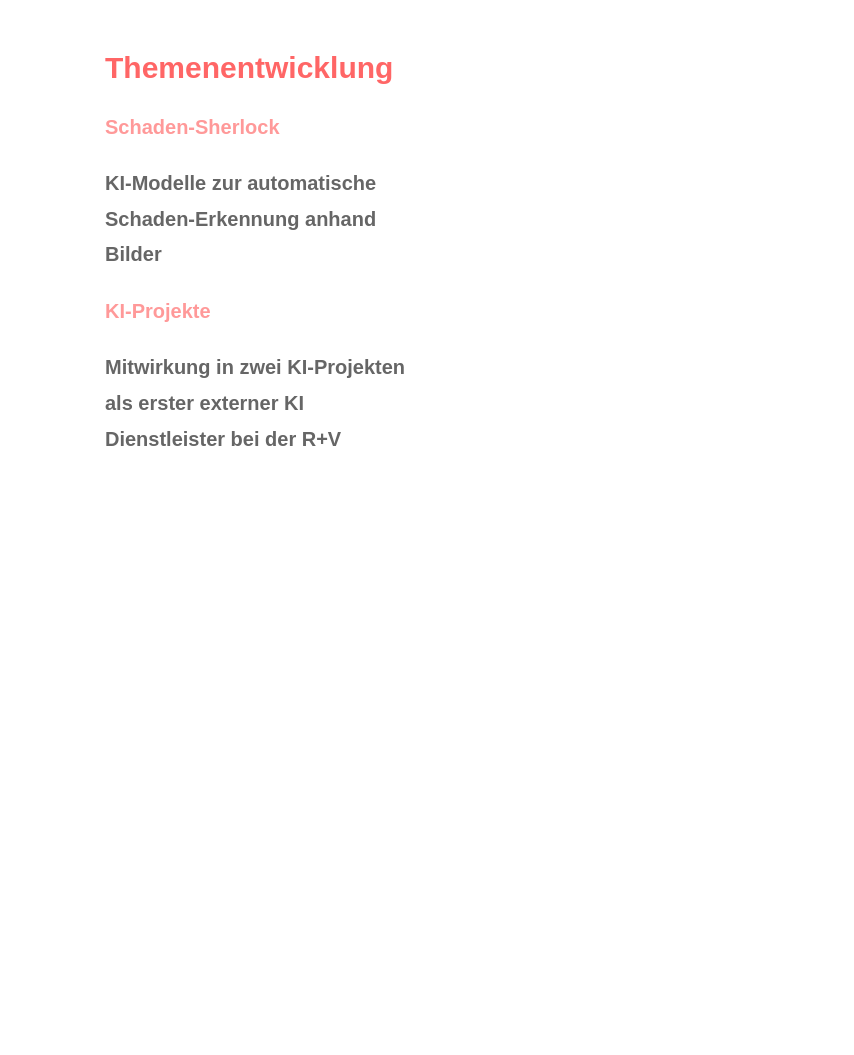
This is promotion-board.drawio from iamulya/drawio-diagrams, a draw.io file, before an edit. Source tidied: cells renumbered, new cells numbered last; positions are measured from the earlier drawing's top-left corner, leaving out a move shared by most shapes. Both pictures are drawn from the tidied source at 125%, with x=0, y=0 at pixel (99, 42).
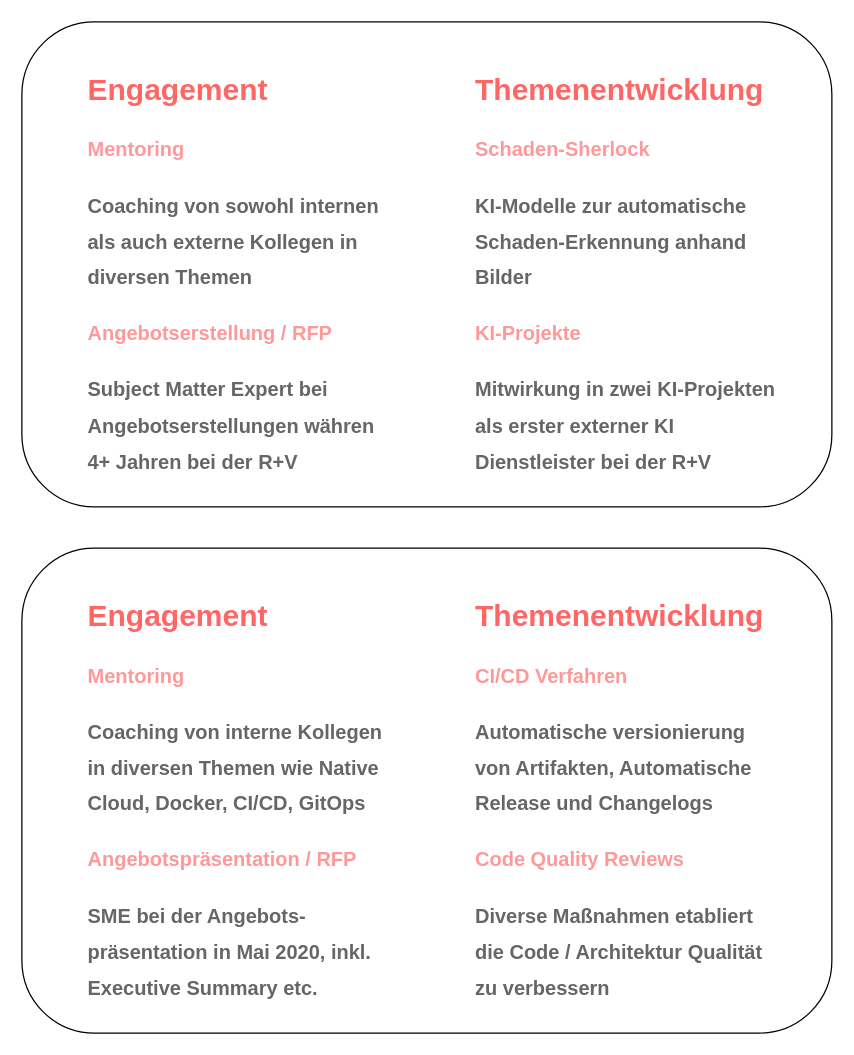
Above is the later version.

Diff of the diagram source:
```diff
@@
 <mxGraphModel>
   <root>
     <mxCell id="0" />
     <mxCell id="1" parent="0" />
+    <mxCell id="3" style="group;" parent="1" vertex="1">
+      <mxGeometry x="-62" y="-17" width="648" height="388" as="geometry" />
+    </mxCell>
+    <mxCell id="4" style="rounded=1;whiteSpace=wrap;html=1;" parent="3" vertex="1">
+      <mxGeometry width="648" height="388" as="geometry" />
+    </mxCell>
+    <mxCell id="5" style="group;" parent="3" vertex="1">
+      <mxGeometry x="48" y="35" width="560" height="340" as="geometry" />
+    </mxCell>
-    <mxCell id="2" value="&lt;h1&gt;&lt;font color=&quot;#ff6666&quot;&gt;Themenentwicklung&lt;/font&gt;&lt;/h1&gt;&lt;h1&gt;&lt;font style=&quot;font-size: 16px&quot;&gt;&lt;font color=&quot;#ff9999&quot;&gt;Schaden-Sherlock&lt;/font&gt;&lt;br&gt;&lt;/font&gt;&lt;/h1&gt;&lt;h1&gt;&lt;font style=&quot;font-size: 16px&quot; color=&quot;#666666&quot;&gt;KI-Modelle zur automatische Schaden-Erkennung anhand Bilder&lt;/font&gt;&lt;/h1&gt;&lt;h1&gt;&lt;font color=&quot;#ff9999&quot;&gt;&lt;span style=&quot;font-size: 16px&quot;&gt;KI-Projekte&lt;/span&gt;&lt;/font&gt;&lt;/h1&gt;&lt;div&gt;&lt;h1&gt;&lt;span style=&quot;font-size: 16px&quot;&gt;&lt;font color=&quot;#666666&quot;&gt;Mitwirkung in zwei KI-Projekten als erster externer KI Dienstleister bei der R+V&lt;/font&gt;&lt;/span&gt;&lt;/h1&gt;&lt;/div&gt;" style="text;html=1;strokeColor=none;fillColor=none;spacing=5;spacingTop=-20;whiteSpace=wrap;overflow=hidden;rounded=0;" parent="1" vertex="1">
-      <mxGeometry width="250" height="340" as="geometry" />
+    <mxCell id="2" value="&lt;h1&gt;&lt;font color=&quot;#ff6666&quot;&gt;Themenentwicklung&lt;/font&gt;&lt;/h1&gt;&lt;h1&gt;&lt;font style=&quot;font-size: 16px&quot;&gt;&lt;font color=&quot;#ff9999&quot;&gt;Schaden-Sherlock&lt;/font&gt;&lt;br&gt;&lt;/font&gt;&lt;/h1&gt;&lt;h1&gt;&lt;font style=&quot;font-size: 16px&quot; color=&quot;#666666&quot;&gt;KI-Modelle zur automatische Schaden-Erkennung anhand Bilder&lt;/font&gt;&lt;/h1&gt;&lt;h1&gt;&lt;font color=&quot;#ff9999&quot;&gt;&lt;span style=&quot;font-size: 16px&quot;&gt;KI-Projekte&lt;/span&gt;&lt;/font&gt;&lt;/h1&gt;&lt;div&gt;&lt;h1&gt;&lt;span style=&quot;font-size: 16px&quot;&gt;&lt;font color=&quot;#666666&quot;&gt;Mitwirkung in zwei KI-Projekten als erster externer KI Dienstleister bei der R+V&lt;/font&gt;&lt;/span&gt;&lt;/h1&gt;&lt;/div&gt;" style="text;html=1;strokeColor=none;fillColor=none;spacing=5;spacingTop=-20;whiteSpace=wrap;overflow=hidden;rounded=0;" parent="5" vertex="1">
+      <mxGeometry x="310" width="250" height="340" as="geometry" />
     </mxCell>
+    <mxCell id="6" value="&lt;h1&gt;&lt;span&gt;&lt;font color=&quot;#ff6666&quot;&gt;Engagement&lt;/font&gt;&lt;/span&gt;&lt;/h1&gt;&lt;h1&gt;&lt;font color=&quot;#ff9999&quot;&gt;&lt;span style=&quot;font-size: 16px&quot;&gt;Mentoring&lt;/span&gt;&lt;/font&gt;&lt;/h1&gt;&lt;h1&gt;&lt;font color=&quot;#666666&quot;&gt;&lt;span style=&quot;font-size: 16px&quot;&gt;Coaching von sowohl internen als auch externe Kollegen in diversen Themen&amp;nbsp;&lt;/span&gt;&lt;/font&gt;&lt;/h1&gt;&lt;h1&gt;&lt;font color=&quot;#ff9999&quot;&gt;&lt;span style=&quot;font-size: 16px&quot;&gt;Angebotserstellung / RFP&lt;/span&gt;&lt;/font&gt;&lt;/h1&gt;&lt;div&gt;&lt;h1&gt;&lt;span style=&quot;font-size: 16px&quot;&gt;&lt;font color=&quot;#666666&quot;&gt;Subject Matter Expert bei Angebotserstellungen währen 4+ Jahren bei der R+V&lt;/font&gt;&lt;/span&gt;&lt;/h1&gt;&lt;/div&gt;" style="text;html=1;strokeColor=none;fillColor=none;spacing=5;spacingTop=-20;whiteSpace=wrap;overflow=hidden;rounded=0;" parent="5" vertex="1">
+      <mxGeometry width="250" height="340" as="geometry" />
+    </mxCell>
+    <mxCell id="7" style="group;" parent="1" vertex="1">
+      <mxGeometry x="-62" y="404" width="648" height="388" as="geometry" />
+    </mxCell>
+    <mxCell id="8" style="rounded=1;whiteSpace=wrap;html=1;" parent="7" vertex="1">
+      <mxGeometry width="648" height="388" as="geometry" />
+    </mxCell>
+    <mxCell id="9" style="group;" parent="7" vertex="1">
+      <mxGeometry x="48" y="35" width="560" height="340" as="geometry" />
+    </mxCell>
+    <mxCell id="10" value="&lt;h1&gt;&lt;font color=&quot;#ff6666&quot;&gt;Themenentwicklung&lt;/font&gt;&lt;/h1&gt;&lt;h1&gt;&lt;font style=&quot;font-size: 16px&quot; color=&quot;#ff9999&quot;&gt;CI/CD Verfahren&lt;/font&gt;&lt;/h1&gt;&lt;h1&gt;&lt;font color=&quot;#666666&quot;&gt;&lt;span style=&quot;font-size: 16px&quot;&gt;Automatische versionierung von Artifakten, Automatische Release und Changelogs&lt;/span&gt;&lt;/font&gt;&lt;/h1&gt;&lt;h1&gt;&lt;font color=&quot;#ff9999&quot;&gt;&lt;span style=&quot;font-size: 16px&quot;&gt;Code Quality Reviews&lt;/span&gt;&lt;/font&gt;&lt;/h1&gt;&lt;div&gt;&lt;h1&gt;&lt;font color=&quot;#666666&quot;&gt;&lt;span style=&quot;font-size: 16px&quot;&gt;Diverse Maßnahmen etabliert die Code / Architektur Qualität zu verbessern&lt;/span&gt;&lt;/font&gt;&lt;/h1&gt;&lt;/div&gt;" style="text;html=1;strokeColor=none;fillColor=none;spacing=5;spacingTop=-20;whiteSpace=wrap;overflow=hidden;rounded=0;" parent="9" vertex="1">
+      <mxGeometry x="310" width="250" height="340" as="geometry" />
+    </mxCell>
+    <mxCell id="11" value="&lt;h1&gt;&lt;span&gt;&lt;font color=&quot;#ff6666&quot;&gt;Engagement&lt;/font&gt;&lt;/span&gt;&lt;/h1&gt;&lt;h1&gt;&lt;font color=&quot;#ff9999&quot;&gt;&lt;span style=&quot;font-size: 16px&quot;&gt;Mentoring&lt;/span&gt;&lt;/font&gt;&lt;/h1&gt;&lt;h1&gt;&lt;font color=&quot;#666666&quot;&gt;&lt;span style=&quot;font-size: 16px&quot;&gt;Coaching von interne Kollegen in diversen Themen wie Native Cloud, Docker, CI/CD, GitOps&lt;/span&gt;&lt;/font&gt;&lt;/h1&gt;&lt;h1&gt;&lt;font color=&quot;#ff9999&quot;&gt;&lt;span style=&quot;font-size: 16px&quot;&gt;Angebotspräsentation / RFP&lt;/span&gt;&lt;/font&gt;&lt;/h1&gt;&lt;div&gt;&lt;h1&gt;&lt;span style=&quot;font-size: 16px&quot;&gt;&lt;font color=&quot;#666666&quot;&gt;SME bei der Angebots-präsentation in Mai 2020, inkl. Executive Summary etc.&lt;/font&gt;&lt;/span&gt;&lt;/h1&gt;&lt;/div&gt;" style="text;html=1;strokeColor=none;fillColor=none;spacing=5;spacingTop=-20;whiteSpace=wrap;overflow=hidden;rounded=0;" parent="9" vertex="1">
+      <mxGeometry width="250" height="340" as="geometry" />
+    </mxCell>
   </root>
 </mxGraphModel>
```
